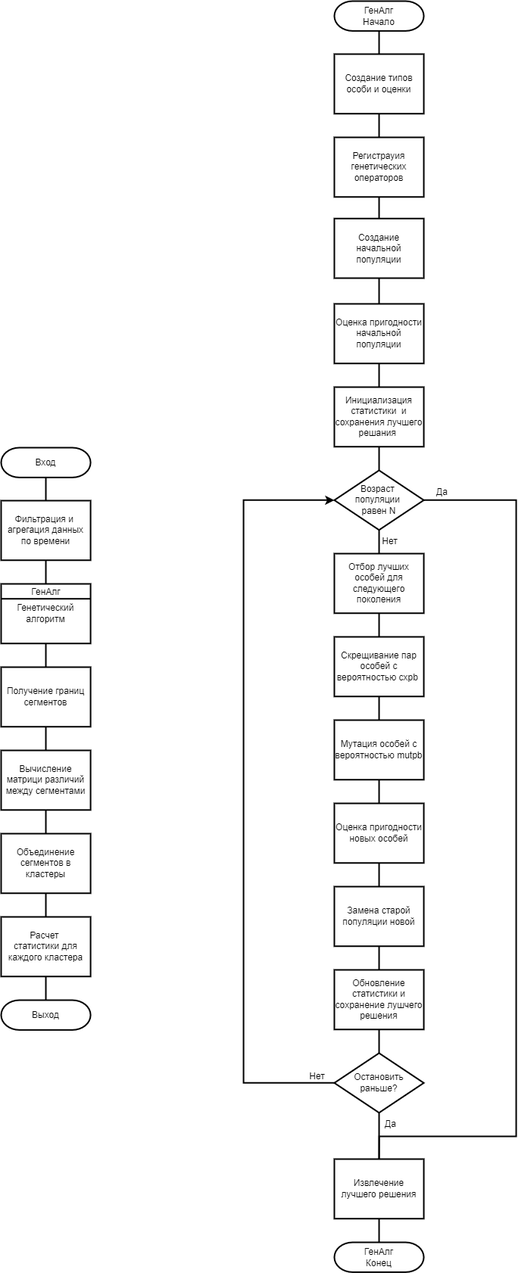
Earlier version of the draw.io export схемы/схема_модуля_анализирования.png (SenchaBrest/report). Source tidied: cells renumbered, new cells last; positions are measured from the earlier drawing's top-left corner, leaving out a move shared by most shapes.
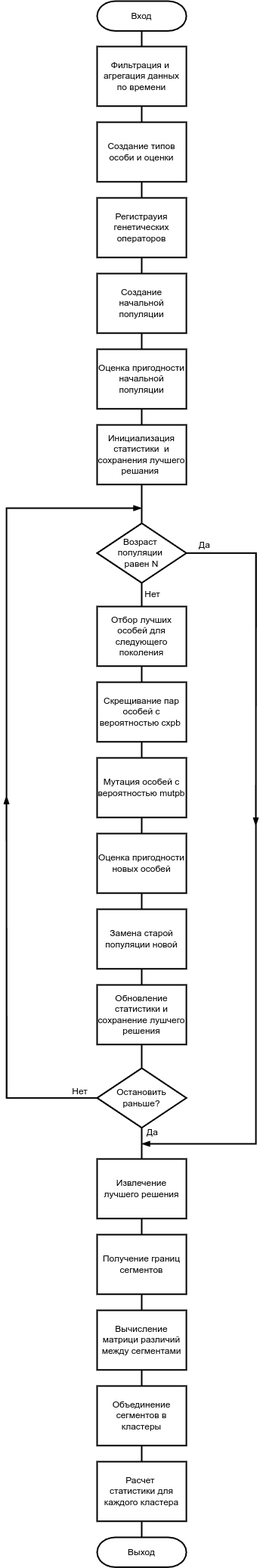
Above is the later version.

The edit, as a diff of the source:
```diff
@@ -6,173 +6,165 @@
       <mxGeometry relative="1" as="geometry" />
     </mxCell>
     <mxCell id="3" value="Вход" style="strokeWidth=2;html=1;shape=(stored shape, 460 characters);whiteSpace=wrap;" parent="1" vertex="1">
-      <mxGeometry y="590" width="118.1" height="39.4" as="geometry" />
+      <mxGeometry x="430" y="110" width="118.1" height="39.4" as="geometry" />
     </mxCell>
-    <mxCell id="4" style="edgeStyle=none;html=1;exitX=0.5;exitY=1;exitDx=0;exitDy=0;entryX=0.5;entryY=0;entryDx=0;entryDy=0;endArrow=none;endFill=0;strokeWidth=2;" parent="1" edge="1" source="5" target="16">
-      <mxGeometry relative="1" as="geometry" />
-    </mxCell>
     <mxCell id="5" value="Фильтрация и&amp;nbsp; агрегация данных по времени" style="rounded=0;whiteSpace=wrap;html=1;strokeWidth=2;" parent="1" vertex="1">
-      <mxGeometry y="660" width="118.1" height="78.7" as="geometry" />
+      <mxGeometry x="430" y="170" width="118.1" height="78.7" as="geometry" />
     </mxCell>
-    <mxCell id="6" style="edgeStyle=none;html=1;exitX=0.5;exitY=1;exitDx=0;exitDy=0;entryX=0.5;entryY=0;entryDx=0;entryDy=0;endArrow=none;endFill=0;strokeWidth=2;" parent="1" edge="1" source="16" target="8">
-      <mxGeometry relative="1" as="geometry" />
-    </mxCell>
     <mxCell id="7" style="edgeStyle=none;html=1;exitX=0.5;exitY=1;exitDx=0;exitDy=0;entryX=0.5;entryY=0;entryDx=0;entryDy=0;endArrow=none;endFill=0;strokeWidth=2;" parent="1" edge="1" source="8" target="10">
       <mxGeometry relative="1" as="geometry" />
     </mxCell>
     <mxCell id="8" value="Получение границ сегментов" style="rounded=0;whiteSpace=wrap;html=1;strokeWidth=2;" parent="1" vertex="1">
-      <mxGeometry y="880" width="118.1" height="78.7" as="geometry" />
+      <mxGeometry x="430" y="1740" width="118.1" height="78.7" as="geometry" />
     </mxCell>
     <mxCell id="9" style="edgeStyle=none;html=1;exitX=0.5;exitY=1;exitDx=0;exitDy=0;entryX=0.5;entryY=0;entryDx=0;entryDy=0;endArrow=none;endFill=0;strokeWidth=2;" parent="1" edge="1" source="10" target="12">
       <mxGeometry relative="1" as="geometry" />
     </mxCell>
     <mxCell id="10" value="Вычисление матрици различий между сегментами" style="rounded=0;whiteSpace=wrap;html=1;strokeWidth=2;" parent="1" vertex="1">
-      <mxGeometry y="990" width="118.1" height="78.7" as="geometry" />
+      <mxGeometry x="430" y="1840" width="118.1" height="78.7" as="geometry" />
     </mxCell>
     <mxCell id="11" style="edgeStyle=none;html=1;exitX=0.5;exitY=1;exitDx=0;exitDy=0;entryX=0.5;entryY=0;entryDx=0;entryDy=0;endArrow=none;endFill=0;strokeWidth=2;" parent="1" edge="1" source="12" target="13">
       <mxGeometry relative="1" as="geometry" />
     </mxCell>
     <mxCell id="12" value="Объединение сегментов в кластеры" style="rounded=0;whiteSpace=wrap;html=1;strokeWidth=2;" parent="1" vertex="1">
-      <mxGeometry y="1100" width="118.1" height="78.7" as="geometry" />
+      <mxGeometry x="430" y="1940" width="118.1" height="78.7" as="geometry" />
     </mxCell>
     <mxCell id="13" value="Расчет&amp;nbsp;&lt;div&gt;статистики для каждого кластера&lt;/div&gt;" style="rounded=0;whiteSpace=wrap;html=1;strokeWidth=2;" parent="1" vertex="1">
-      <mxGeometry y="1210" width="118.1" height="78.7" as="geometry" />
+      <mxGeometry x="430" y="2040" width="118.1" height="78.7" as="geometry" />
     </mxCell>
     <mxCell id="14" value="Выход" style="strokeWidth=2;html=1;shape=(stored shape, 460 characters);whiteSpace=wrap;" parent="1" vertex="1">
-      <mxGeometry y="1320" width="118.1" height="39.4" as="geometry" />
+      <mxGeometry x="430" y="2140" width="118.1" height="39.4" as="geometry" />
     </mxCell>
     <mxCell id="15" style="edgeStyle=none;html=1;exitX=0.5;exitY=1;exitDx=0;exitDy=0;entryX=0.5;entryY=0;entryDx=0;entryDy=0;entryPerimeter=0;endArrow=none;endFill=0;strokeWidth=2;" parent="1" edge="1" source="13" target="14">
       <mxGeometry relative="1" as="geometry" />
     </mxCell>
-    <mxCell id="16" value="Генетический алгоритм" style="rounded=0;whiteSpace=wrap;html=1;strokeWidth=2;" parent="1" vertex="1">
-      <mxGeometry y="770" width="118.1" height="78.7" as="geometry" />
-    </mxCell>
-    <mxCell id="17" style="endArrow=none;html=1;exitX=0;exitY=0.25;exitDx=0;exitDy=0;entryX=1;entryY=0.25;entryDx=0;entryDy=0;strokeWidth=2;" parent="1" edge="1" source="16" target="16">
-      <mxGeometry relative="1" as="geometry" />
-    </mxCell>
-    <mxCell id="18" value="ГенАлг" style="text;html=1;align=center;verticalAlign=middle;strokeColor=none;fillColor=none;strokeWidth=2;" parent="1" vertex="1">
-      <mxGeometry x="29" y="766" width="60" height="30" as="geometry" />
-    </mxCell>
-    <mxCell id="19" style="edgeStyle=none;html=1;exitX=0.5;exitY=1;exitDx=0;exitDy=0;exitPerimeter=0;entryX=0.5;entryY=0;entryDx=0;entryDy=0;endArrow=none;endFill=0;strokeWidth=2;" parent="1" edge="1" source="20" target="23">
+    <mxCell id="19" style="edgeStyle=none;html=1;exitX=0.5;exitY=1;exitDx=0;exitDy=0;entryX=0.5;entryY=0;entryDx=0;entryDy=0;endArrow=none;endFill=0;strokeWidth=2;" parent="1" edge="1" source="5" target="23">
       <mxGeometry relative="1" as="geometry" />
     </mxCell>
-    <mxCell id="20" value="ГенАлг&lt;div&gt;Начало&lt;/div&gt;" style="strokeWidth=2;html=1;shape=(stored shape, 460 characters);whiteSpace=wrap;" parent="1" vertex="1">
-      <mxGeometry x="440" width="118.1" height="39.4" as="geometry" />
-    </mxCell>
-    <mxCell id="21" value="ГенАлг&lt;div&gt;Конец&lt;/div&gt;" style="strokeWidth=2;html=1;shape=(stored shape, 460 characters);whiteSpace=wrap;" parent="1" vertex="1">
-      <mxGeometry x="440" y="1640" width="118.1" height="39.4" as="geometry" />
-    </mxCell>
     <mxCell id="22" style="edgeStyle=none;html=1;exitX=0.5;exitY=1;exitDx=0;exitDy=0;entryX=0.5;entryY=0;entryDx=0;entryDy=0;endArrow=none;endFill=0;strokeWidth=2;" parent="1" edge="1" source="23" target="25">
       <mxGeometry relative="1" as="geometry" />
     </mxCell>
     <mxCell id="23" value="Создание типов особи и оценки" style="rounded=0;whiteSpace=wrap;html=1;strokeWidth=2;" parent="1" vertex="1">
-      <mxGeometry x="440" y="70" width="118.1" height="78.7" as="geometry" />
+      <mxGeometry x="430" y="270" width="118.1" height="78.7" as="geometry" />
     </mxCell>
     <mxCell id="24" style="edgeStyle=none;html=1;exitX=0.5;exitY=1;exitDx=0;exitDy=0;entryX=0.5;entryY=0;entryDx=0;entryDy=0;endArrow=none;endFill=0;strokeWidth=2;" parent="1" edge="1" source="25" target="27">
       <mxGeometry relative="1" as="geometry" />
     </mxCell>
     <mxCell id="25" value="Регистрауия генетических операторов" style="rounded=0;whiteSpace=wrap;html=1;strokeWidth=2;" parent="1" vertex="1">
-      <mxGeometry x="440" y="180" width="118.1" height="78.7" as="geometry" />
+      <mxGeometry x="430" y="370" width="118.1" height="78.7" as="geometry" />
     </mxCell>
     <mxCell id="26" style="edgeStyle=none;html=1;exitX=0.5;exitY=1;exitDx=0;exitDy=0;entryX=0.5;entryY=0;entryDx=0;entryDy=0;endArrow=none;endFill=0;strokeWidth=2;" parent="1" edge="1" source="27" target="29">
       <mxGeometry relative="1" as="geometry" />
     </mxCell>
     <mxCell id="27" value="Создание начальной популяции" style="rounded=0;whiteSpace=wrap;html=1;strokeWidth=2;" parent="1" vertex="1">
-      <mxGeometry x="440" y="287.3" width="118.1" height="78.7" as="geometry" />
+      <mxGeometry x="430" y="470" width="118.1" height="78.7" as="geometry" />
     </mxCell>
     <mxCell id="28" style="edgeStyle=none;html=1;exitX=0.5;exitY=1;exitDx=0;exitDy=0;endArrow=none;endFill=0;strokeWidth=2;" parent="1" edge="1" source="29" target="44">
       <mxGeometry relative="1" as="geometry" />
     </mxCell>
     <mxCell id="29" value="Оценка пригодности начальной популяции" style="rounded=0;whiteSpace=wrap;html=1;strokeWidth=2;" parent="1" vertex="1">
-      <mxGeometry x="440" y="400" width="118.1" height="78.7" as="geometry" />
+      <mxGeometry x="430" y="570" width="118.1" height="78.7" as="geometry" />
     </mxCell>
-    <mxCell id="30" style="edgeStyle=orthogonalEdgeStyle;html=1;exitX=1;exitY=0.5;exitDx=0;exitDy=0;entryX=0.5;entryY=0;entryDx=0;entryDy=0;rounded=0;curved=0;endArrow=none;endFill=0;strokeWidth=2;" parent="1" edge="1" source="32" target="50">
-      <mxGeometry relative="1" as="geometry">
-        <Array as="points">
-          <mxPoint x="680" y="659" />
-          <mxPoint x="680" y="1500" />
-        </Array>
-      </mxGeometry>
-    </mxCell>
     <mxCell id="31" style="edgeStyle=none;html=1;exitX=0.5;exitY=1;exitDx=0;exitDy=0;entryX=0.5;entryY=0;entryDx=0;entryDy=0;endArrow=none;endFill=0;strokeWidth=2;" parent="1" edge="1" source="32" target="34">
       <mxGeometry relative="1" as="geometry" />
     </mxCell>
+    <mxCell id="56" style="edgeStyle=orthogonalEdgeStyle;html=1;exitX=1;exitY=0.5;exitDx=0;exitDy=0;rounded=0;curved=0;endArrow=blockThin;endFill=1;strokeWidth=2;" parent="1" edge="1" source="32">
+      <mxGeometry relative="1" as="geometry">
+        <mxPoint x="640" y="1200" as="targetPoint" />
+      </mxGeometry>
+    </mxCell>
     <mxCell id="32" value="Возраст&amp;nbsp;&lt;div&gt;популяции&amp;nbsp;&lt;/div&gt;&lt;div&gt;равен N&lt;/div&gt;" style="rhombus;whiteSpace=wrap;html=1;strokeWidth=2;" parent="1" vertex="1">
-      <mxGeometry x="440" y="620" width="118.1" height="78.7" as="geometry" />
+      <mxGeometry x="430" y="800" width="118.1" height="78.7" as="geometry" />
     </mxCell>
     <mxCell id="33" style="edgeStyle=none;html=1;exitX=0.5;exitY=1;exitDx=0;exitDy=0;entryX=0.5;entryY=0;entryDx=0;entryDy=0;endArrow=none;endFill=0;strokeWidth=2;" parent="1" edge="1" source="34" target="36">
       <mxGeometry relative="1" as="geometry" />
     </mxCell>
     <mxCell id="34" value="Отбор лучших особей для следующего поколения" style="rounded=0;whiteSpace=wrap;html=1;strokeWidth=2;" parent="1" vertex="1">
-      <mxGeometry x="440" y="730" width="118.1" height="78.7" as="geometry" />
+      <mxGeometry x="430" y="910" width="118.1" height="78.7" as="geometry" />
     </mxCell>
     <mxCell id="35" style="edgeStyle=none;html=1;exitX=0.5;exitY=1;exitDx=0;exitDy=0;entryX=0.5;entryY=0;entryDx=0;entryDy=0;endArrow=none;endFill=0;strokeWidth=2;" parent="1" edge="1" source="36" target="38">
       <mxGeometry relative="1" as="geometry" />
     </mxCell>
     <mxCell id="36" value="Скрещивание пар особей с вероятностью cxpb&amp;nbsp;" style="rounded=0;whiteSpace=wrap;html=1;strokeWidth=2;" parent="1" vertex="1">
-      <mxGeometry x="440" y="840" width="118.1" height="78.7" as="geometry" />
+      <mxGeometry x="430" y="1010" width="118.1" height="78.7" as="geometry" />
     </mxCell>
     <mxCell id="37" style="edgeStyle=none;html=1;exitX=0.5;exitY=1;exitDx=0;exitDy=0;entryX=0.5;entryY=0;entryDx=0;entryDy=0;endArrow=none;endFill=0;strokeWidth=2;" parent="1" edge="1" source="38" target="40">
       <mxGeometry relative="1" as="geometry" />
     </mxCell>
     <mxCell id="38" value="Мутация особей с вероятностью mutpb" style="rounded=0;whiteSpace=wrap;html=1;strokeWidth=2;" parent="1" vertex="1">
-      <mxGeometry x="440" y="950" width="118.1" height="78.7" as="geometry" />
+      <mxGeometry x="430" y="1110" width="118.1" height="78.7" as="geometry" />
     </mxCell>
     <mxCell id="39" style="edgeStyle=none;html=1;exitX=0.5;exitY=1;exitDx=0;exitDy=0;entryX=0.5;entryY=0;entryDx=0;entryDy=0;endArrow=none;endFill=0;strokeWidth=2;" parent="1" edge="1" source="40" target="42">
       <mxGeometry relative="1" as="geometry" />
     </mxCell>
     <mxCell id="40" value="Оценка пригодности новых особей" style="rounded=0;whiteSpace=wrap;html=1;strokeWidth=2;" parent="1" vertex="1">
-      <mxGeometry x="440" y="1060" width="118.1" height="78.7" as="geometry" />
+      <mxGeometry x="430" y="1210" width="118.1" height="78.7" as="geometry" />
     </mxCell>
     <mxCell id="41" style="edgeStyle=none;html=1;exitX=0.5;exitY=1;exitDx=0;exitDy=0;endArrow=none;endFill=0;strokeWidth=2;" parent="1" edge="1" source="42" target="46">
       <mxGeometry relative="1" as="geometry" />
     </mxCell>
     <mxCell id="42" value="Замена старой популяции новой" style="rounded=0;whiteSpace=wrap;html=1;strokeWidth=2;" parent="1" vertex="1">
-      <mxGeometry x="440" y="1170" width="118.1" height="78.7" as="geometry" />
+      <mxGeometry x="430" y="1310" width="118.1" height="78.7" as="geometry" />
     </mxCell>
     <mxCell id="43" style="edgeStyle=none;html=1;exitX=0.5;exitY=1;exitDx=0;exitDy=0;entryX=0.5;entryY=0;entryDx=0;entryDy=0;endArrow=none;endFill=0;strokeWidth=2;" parent="1" edge="1" source="44" target="32">
       <mxGeometry relative="1" as="geometry" />
     </mxCell>
     <mxCell id="44" value="Инициализация статистики&amp;nbsp; и сохранения лучшего решания&amp;nbsp;" style="rounded=0;whiteSpace=wrap;html=1;strokeWidth=2;" parent="1" vertex="1">
-      <mxGeometry x="440" y="510" width="118.1" height="78.7" as="geometry" />
+      <mxGeometry x="430" y="670" width="118.1" height="78.7" as="geometry" />
     </mxCell>
     <mxCell id="45" style="edgeStyle=none;html=1;exitX=0.5;exitY=1;exitDx=0;exitDy=0;entryX=0.5;entryY=0;entryDx=0;entryDy=0;endArrow=none;endFill=0;strokeWidth=2;" parent="1" edge="1" source="46" target="49">
       <mxGeometry relative="1" as="geometry" />
     </mxCell>
     <mxCell id="46" value="Обновление статистики и сохранение лушчего решения" style="rounded=0;whiteSpace=wrap;html=1;strokeWidth=2;" parent="1" vertex="1">
-      <mxGeometry x="440" y="1280" width="118.1" height="78.7" as="geometry" />
+      <mxGeometry x="430" y="1410" width="118.1" height="78.7" as="geometry" />
     </mxCell>
     <mxCell id="47" style="edgeStyle=none;html=1;exitX=0.5;exitY=1;exitDx=0;exitDy=0;entryX=0.5;entryY=0;entryDx=0;entryDy=0;endArrow=none;endFill=0;strokeWidth=2;" parent="1" edge="1" source="49" target="50">
       <mxGeometry relative="1" as="geometry" />
     </mxCell>
-    <mxCell id="48" style="edgeStyle=orthogonalEdgeStyle;html=1;exitX=0;exitY=0.5;exitDx=0;exitDy=0;entryX=0;entryY=0.5;entryDx=0;entryDy=0;rounded=0;strokeWidth=2;" parent="1" edge="1" source="49" target="32">
+    <mxCell id="48" style="edgeStyle=orthogonalEdgeStyle;html=1;exitX=0;exitY=0.5;exitDx=0;exitDy=0;rounded=0;strokeWidth=2;endArrow=blockThin;endFill=1;" parent="1" edge="1" source="49">
       <mxGeometry relative="1" as="geometry">
+        <mxPoint x="489" y="780" as="targetPoint" />
         <Array as="points">
-          <mxPoint x="320" y="1429" />
-          <mxPoint x="320" y="659" />
+          <mxPoint x="310" y="1559" />
+          <mxPoint x="310" y="780" />
+          <mxPoint x="489" y="780" />
         </Array>
       </mxGeometry>
     </mxCell>
+    <mxCell id="57" style="edgeStyle=orthogonalEdgeStyle;html=1;exitX=0;exitY=0.5;exitDx=0;exitDy=0;rounded=0;curved=0;endArrow=blockThin;endFill=1;strokeWidth=2;" parent="1" edge="1" source="49">
+      <mxGeometry relative="1" as="geometry">
+        <mxPoint x="310" y="1160" as="targetPoint" />
+      </mxGeometry>
+    </mxCell>
     <mxCell id="49" value="Остановить раньше?" style="rhombus;whiteSpace=wrap;html=1;strokeWidth=2;" parent="1" vertex="1">
-      <mxGeometry x="440" y="1390" width="118.1" height="78.7" as="geometry" />
+      <mxGeometry x="430" y="1520" width="118.1" height="78.7" as="geometry" />
     </mxCell>
     <mxCell id="50" value="Извлечение лучшего решения" style="rounded=0;whiteSpace=wrap;html=1;strokeWidth=2;" parent="1" vertex="1">
-      <mxGeometry x="440" y="1530" width="118.1" height="78.7" as="geometry" />
+      <mxGeometry x="430" y="1640" width="118.1" height="78.7" as="geometry" />
     </mxCell>
-    <mxCell id="51" style="edgeStyle=none;html=1;exitX=0.5;exitY=1;exitDx=0;exitDy=0;entryX=0.5;entryY=0;entryDx=0;entryDy=0;entryPerimeter=0;endArrow=none;endFill=0;strokeWidth=2;" parent="1" edge="1" source="50" target="21">
+    <mxCell id="51" style="edgeStyle=none;html=1;exitX=0.5;exitY=1;exitDx=0;exitDy=0;entryX=0.5;entryY=0;entryDx=0;entryDy=0;endArrow=none;endFill=0;strokeWidth=2;" parent="1" edge="1" source="50" target="8">
       <mxGeometry relative="1" as="geometry" />
     </mxCell>
     <mxCell id="52" value="Да" style="text;html=1;align=center;verticalAlign=middle;strokeColor=none;fillColor=none;strokeWidth=2;" parent="1" vertex="1">
-      <mxGeometry x="562" y="634.4" width="40" height="30" as="geometry" />
+      <mxGeometry x="552" y="814.4" width="40" height="30" as="geometry" />
     </mxCell>
     <mxCell id="53" value="Нет" style="text;html=1;align=center;verticalAlign=middle;strokeColor=none;fillColor=none;strokeWidth=2;" parent="1" vertex="1">
-      <mxGeometry x="493" y="698.7" width="40" height="30" as="geometry" />
+      <mxGeometry x="483" y="878.7" width="40" height="30" as="geometry" />
     </mxCell>
     <mxCell id="54" value="Нет" style="text;html=1;align=center;verticalAlign=middle;strokeColor=none;fillColor=none;strokeWidth=2;" parent="1" vertex="1">
-      <mxGeometry x="397" y="1406" width="40" height="30" as="geometry" />
+      <mxGeometry x="387" y="1536" width="40" height="30" as="geometry" />
     </mxCell>
     <mxCell id="55" value="Да" style="text;html=1;align=center;verticalAlign=middle;strokeColor=none;fillColor=none;strokeWidth=2;" parent="1" vertex="1">
-      <mxGeometry x="494" y="1469" width="40" height="30" as="geometry" />
+      <mxGeometry x="483" y="1590" width="40" height="30" as="geometry" />
     </mxCell>
+    <mxCell id="58" style="edgeStyle=orthogonalEdgeStyle;html=1;exitX=1;exitY=0.5;exitDx=0;exitDy=0;rounded=0;curved=0;endArrow=blockThin;endFill=1;strokeWidth=2;" parent="1" edge="1" source="32">
+      <mxGeometry relative="1" as="geometry">
+        <mxPoint x="489" y="1620" as="targetPoint" />
+        <Array as="points">
+          <mxPoint x="640" y="839" />
+          <mxPoint x="640" y="1620" />
+        </Array>
+      </mxGeometry>
+    </mxCell>
   </root>
 </mxGraphModel>
```
